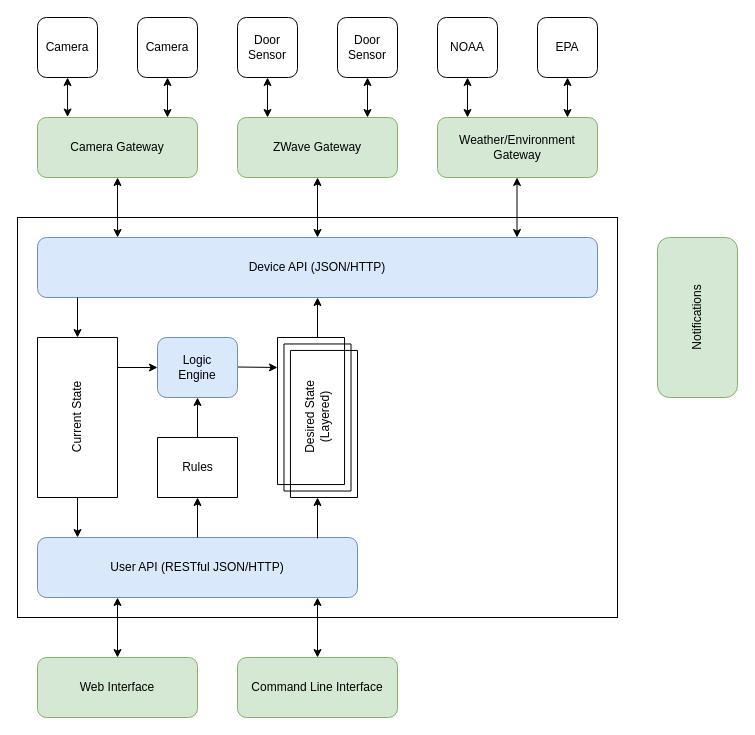
Earlier version of the draw.io diagram notes/architecture.drawio (mikecamilleri/tilde). Source tidied: cells renumbered, new cells numbered last; positions are measured from the earlier drawing's top-left corner, leaving out a move shared by most shapes. Both pictures are drawn from the tidied source at 100%, with x=0, y=0 at pixel (17, 17).
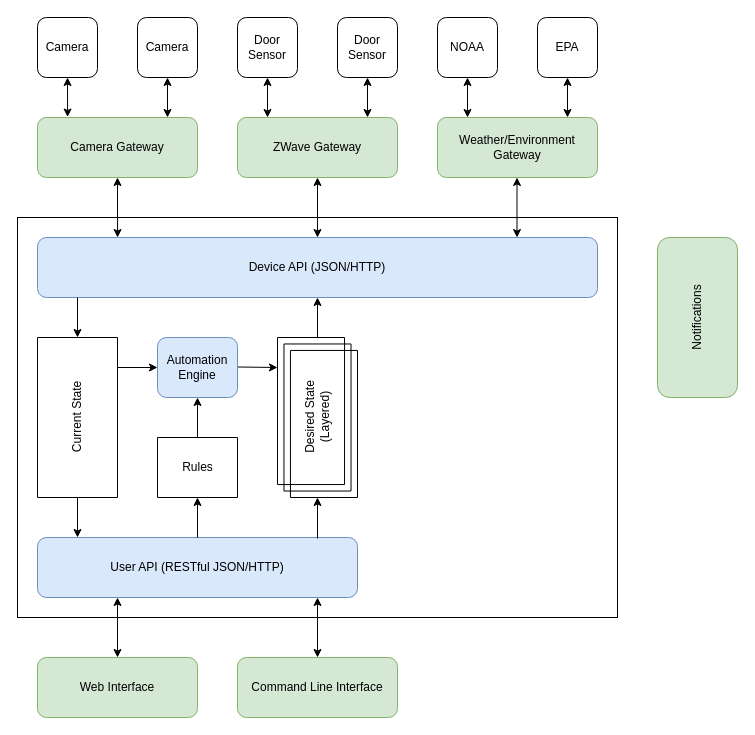
The same diagram, later.

Commit message (it also covers changes not shown here):
reorganize notes, add requirements-and-architecture.md

The edit, as a diff of the source:
```diff
@@
-    <mxCell id="26" value="Logic&lt;br&gt;Engine&lt;br&gt;" style="rounded=1;whiteSpace=wrap;html=1;fillColor=#dae8fc;align=center;strokeColor=#6c8ebf;" parent="1" vertex="1">
+    <mxCell id="26" value="Automation&lt;br&gt;Engine&lt;br&gt;" style="rounded=1;whiteSpace=wrap;html=1;fillColor=#dae8fc;align=center;strokeColor=#6c8ebf;" parent="1" vertex="1">
       <mxGeometry x="140" y="320" width="80" height="60" as="geometry" />
     </mxCell>
```
